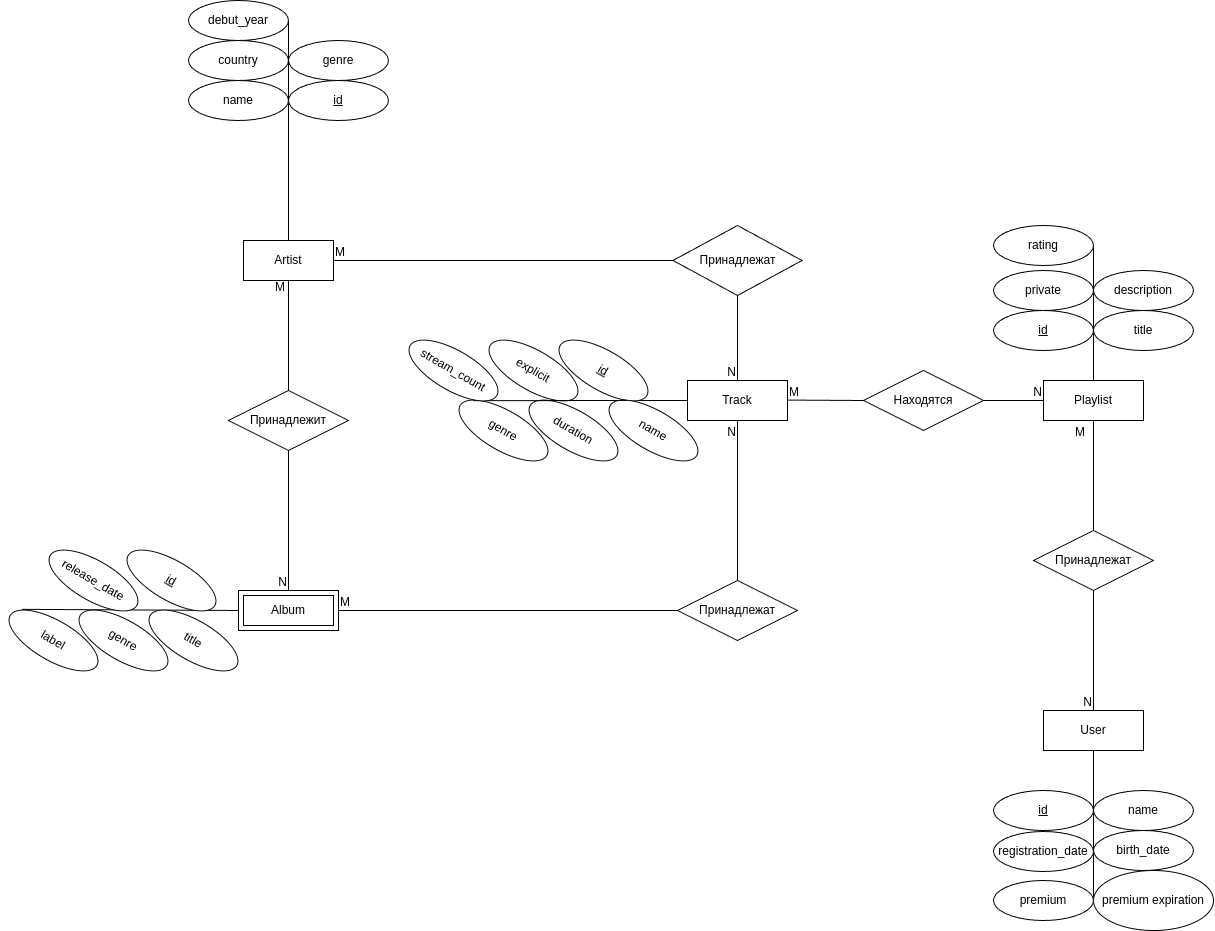
The draw.io diagram 01_init/diagram/er-diagram.drawio.png in hahaclassic/bmstu-db, before a commit. Source tidied: cells renumbered, new cells last; positions are measured from the earlier drawing's top-left corner, leaving out a move shared by most shapes. Source of this version:
```xml
<mxGraphModel>
  <root>
    <mxCell id="0" />
    <mxCell id="1" parent="0" />
    <mxCell id="2" value="Artist" style="whiteSpace=wrap;html=1;align=center;" parent="1" vertex="1">
      <mxGeometry x="240" y="240" width="90" height="40" as="geometry" />
    </mxCell>
    <mxCell id="3" value="Track" style="whiteSpace=wrap;html=1;align=center;" parent="1" vertex="1">
      <mxGeometry x="684" y="380" width="100" height="40" as="geometry" />
    </mxCell>
    <mxCell id="4" value="User" style="whiteSpace=wrap;html=1;align=center;" parent="1" vertex="1">
      <mxGeometry x="1040" y="710" width="100" height="40" as="geometry" />
    </mxCell>
    <mxCell id="5" value="Playlist" style="whiteSpace=wrap;html=1;align=center;" parent="1" vertex="1">
      <mxGeometry x="1040" y="380" width="100" height="40" as="geometry" />
    </mxCell>
    <mxCell id="6" style="endArrow=none;html=1;rounded=0;exitX=0.5;exitY=1;exitDx=0;exitDy=0;entryX=0.5;entryY=0;entryDx=0;entryDy=0;" parent="1" edge="1" source="10" target="3">
      <mxGeometry relative="1" as="geometry" />
    </mxCell>
    <mxCell id="7" value="N" style="html=1;whiteSpace=wrap;align=right;verticalAlign=bottom;" parent="6" vertex="1">
      <mxGeometry x="1" relative="1" as="geometry" />
    </mxCell>
    <mxCell id="8" style="endArrow=none;html=1;rounded=0;exitX=1;exitY=0.5;exitDx=0;exitDy=0;entryX=0;entryY=0.5;entryDx=0;entryDy=0;" parent="1" edge="1" source="2" target="10">
      <mxGeometry relative="1" as="geometry">
        <Array as="points">
          <mxPoint x="690" y="260" />
        </Array>
      </mxGeometry>
    </mxCell>
    <mxCell id="9" value="M" style="html=1;whiteSpace=wrap;align=left;verticalAlign=bottom;" parent="8" vertex="1">
      <mxGeometry x="-1" relative="1" as="geometry" />
    </mxCell>
    <mxCell id="10" value="Принадлежат" style="shape=rhombus;perimeter=rhombusPerimeter;whiteSpace=wrap;html=1;align=center;" parent="1" vertex="1">
      <mxGeometry x="669.5" y="225" width="129" height="70" as="geometry" />
    </mxCell>
    <mxCell id="11" style="endArrow=none;html=1;rounded=0;exitX=0.5;exitY=1;exitDx=0;exitDy=0;entryX=0.5;entryY=0;entryDx=0;entryDy=0;" parent="1" edge="1" source="15" target="4">
      <mxGeometry relative="1" as="geometry" />
    </mxCell>
    <mxCell id="12" value="N" style="html=1;whiteSpace=wrap;align=right;verticalAlign=bottom;" parent="11" vertex="1">
      <mxGeometry x="1" relative="1" as="geometry" />
    </mxCell>
    <mxCell id="13" style="endArrow=none;html=1;rounded=0;exitX=0.5;exitY=1;exitDx=0;exitDy=0;entryX=0.5;entryY=0;entryDx=0;entryDy=0;" parent="1" edge="1" source="5" target="15">
      <mxGeometry relative="1" as="geometry" />
    </mxCell>
    <mxCell id="14" value="M" style="html=1;whiteSpace=wrap;align=left;verticalAlign=bottom;" parent="13" vertex="1">
      <mxGeometry x="-1" relative="1" as="geometry">
        <mxPoint x="-20" y="20" as="offset" />
      </mxGeometry>
    </mxCell>
    <mxCell id="15" value="Принадлежат" style="shape=rhombus;perimeter=rhombusPerimeter;whiteSpace=wrap;html=1;align=center;" parent="1" vertex="1">
      <mxGeometry x="1030" y="530" width="120" height="60" as="geometry" />
    </mxCell>
    <mxCell id="16" style="endArrow=none;html=1;rounded=0;entryX=0;entryY=0.5;entryDx=0;entryDy=0;" parent="1" edge="1" source="20" target="5">
      <mxGeometry relative="1" as="geometry" />
    </mxCell>
    <mxCell id="17" value="N" style="html=1;whiteSpace=wrap;align=right;verticalAlign=bottom;" parent="16" vertex="1">
      <mxGeometry x="1" relative="1" as="geometry" />
    </mxCell>
    <mxCell id="18" style="endArrow=none;html=1;rounded=0;entryX=0;entryY=0.5;entryDx=0;entryDy=0;" parent="1" edge="1" target="20">
      <mxGeometry relative="1" as="geometry">
        <mxPoint x="784" y="399.6" as="sourcePoint" />
      </mxGeometry>
    </mxCell>
    <mxCell id="19" value="M" style="html=1;whiteSpace=wrap;align=left;verticalAlign=bottom;" parent="18" vertex="1">
      <mxGeometry x="-1" relative="1" as="geometry" />
    </mxCell>
    <mxCell id="20" value="Находятся" style="shape=rhombus;perimeter=rhombusPerimeter;whiteSpace=wrap;html=1;align=center;" parent="1" vertex="1">
      <mxGeometry x="860" y="370" width="120" height="60" as="geometry" />
    </mxCell>
    <mxCell id="21" style="endArrow=none;html=1;rounded=0;exitX=0.5;exitY=1;exitDx=0;exitDy=0;entryX=0.5;entryY=0;entryDx=0;entryDy=0;" parent="1" edge="1" source="25" target="66">
      <mxGeometry relative="1" as="geometry" />
    </mxCell>
    <mxCell id="22" value="N" style="html=1;whiteSpace=wrap;align=right;verticalAlign=bottom;" parent="21" vertex="1">
      <mxGeometry x="1" relative="1" as="geometry" />
    </mxCell>
    <mxCell id="23" style="endArrow=none;html=1;rounded=0;exitX=0.5;exitY=1;exitDx=0;exitDy=0;entryX=0.5;entryY=0;entryDx=0;entryDy=0;" parent="1" edge="1" source="2" target="25">
      <mxGeometry relative="1" as="geometry" />
    </mxCell>
    <mxCell id="24" value="M" style="html=1;whiteSpace=wrap;align=left;verticalAlign=bottom;" parent="23" vertex="1">
      <mxGeometry x="-1" relative="1" as="geometry">
        <mxPoint x="-15" y="15" as="offset" />
      </mxGeometry>
    </mxCell>
    <mxCell id="25" value="Принадлежит" style="shape=rhombus;perimeter=rhombusPerimeter;whiteSpace=wrap;html=1;align=center;" parent="1" vertex="1">
      <mxGeometry x="225" y="390" width="120" height="60" as="geometry" />
    </mxCell>
    <mxCell id="26" style="endArrow=none;html=1;rounded=0;exitX=0.5;exitY=0;exitDx=0;exitDy=0;entryX=0.5;entryY=1;entryDx=0;entryDy=0;" parent="1" edge="1" source="30" target="3">
      <mxGeometry relative="1" as="geometry" />
    </mxCell>
    <mxCell id="27" value="N" style="html=1;whiteSpace=wrap;align=right;verticalAlign=bottom;" parent="26" vertex="1">
      <mxGeometry x="1" relative="1" as="geometry">
        <mxPoint y="20" as="offset" />
      </mxGeometry>
    </mxCell>
    <mxCell id="28" style="endArrow=none;html=1;rounded=0;exitX=1;exitY=0.5;exitDx=0;exitDy=0;entryX=0;entryY=0.5;entryDx=0;entryDy=0;" parent="1" edge="1" source="66" target="30">
      <mxGeometry relative="1" as="geometry" />
    </mxCell>
    <mxCell id="29" value="M" style="html=1;whiteSpace=wrap;align=left;verticalAlign=bottom;" parent="28" vertex="1">
      <mxGeometry x="-1" relative="1" as="geometry" />
    </mxCell>
    <mxCell id="30" value="Принадлежат" style="shape=rhombus;perimeter=rhombusPerimeter;whiteSpace=wrap;html=1;align=center;" parent="1" vertex="1">
      <mxGeometry x="674" y="580" width="120" height="60" as="geometry" />
    </mxCell>
    <mxCell id="31" style="endArrow=none;html=1;rounded=0;exitX=0.5;exitY=0;exitDx=0;exitDy=0;entryX=0;entryY=0.5;entryDx=0;entryDy=0;" parent="1" edge="1" source="2" target="34">
      <mxGeometry relative="1" as="geometry" />
    </mxCell>
    <mxCell id="32" value="genre" style="ellipse;whiteSpace=wrap;html=1;align=center;" parent="1" vertex="1">
      <mxGeometry x="285" y="40" width="100" height="40" as="geometry" />
    </mxCell>
    <mxCell id="33" value="name" style="ellipse;whiteSpace=wrap;html=1;align=center;" parent="1" vertex="1">
      <mxGeometry x="185" y="80" width="100" height="40" as="geometry" />
    </mxCell>
    <mxCell id="34" value="id" style="ellipse;whiteSpace=wrap;html=1;align=center;fontStyle=4;" parent="1" vertex="1">
      <mxGeometry x="285" y="80" width="100" height="40" as="geometry" />
    </mxCell>
    <mxCell id="35" value="country" style="ellipse;whiteSpace=wrap;html=1;align=center;" parent="1" vertex="1">
      <mxGeometry x="185" y="40" width="100" height="40" as="geometry" />
    </mxCell>
    <mxCell id="36" style="endArrow=none;html=1;rounded=0;entryX=0;entryY=0.5;entryDx=0;entryDy=0;exitX=1;exitY=0.5;exitDx=0;exitDy=0;" parent="1" edge="1" source="35" target="34">
      <mxGeometry relative="1" as="geometry" />
    </mxCell>
    <mxCell id="37" value="debut_year" style="ellipse;whiteSpace=wrap;html=1;align=center;" parent="1" vertex="1">
      <mxGeometry x="185" width="100" height="40" as="geometry" />
    </mxCell>
    <mxCell id="38" style="endArrow=none;html=1;rounded=0;entryX=1;entryY=0.5;entryDx=0;entryDy=0;exitX=1;exitY=0.5;exitDx=0;exitDy=0;" parent="1" edge="1" source="37" target="35">
      <mxGeometry relative="1" as="geometry" />
    </mxCell>
    <mxCell id="39" style="endArrow=none;html=1;rounded=0;entryX=0;entryY=0.5;entryDx=0;entryDy=0;" parent="1" edge="1" target="3">
      <mxGeometry relative="1" as="geometry">
        <mxPoint x="580" y="400" as="sourcePoint" />
      </mxGeometry>
    </mxCell>
    <mxCell id="40" value="id" style="ellipse;whiteSpace=wrap;html=1;align=center;fontStyle=4;rotation=30;" parent="1" vertex="1">
      <mxGeometry x="550" y="350" width="100" height="40" as="geometry" />
    </mxCell>
    <mxCell id="41" value="explicit" style="ellipse;whiteSpace=wrap;html=1;align=center;fontStyle=0;rotation=30;" parent="1" vertex="1">
      <mxGeometry x="480" y="350" width="100" height="40" as="geometry" />
    </mxCell>
    <mxCell id="42" value="name" style="ellipse;whiteSpace=wrap;html=1;align=center;fontStyle=0;rotation=30;" parent="1" vertex="1">
      <mxGeometry x="600" y="410" width="100" height="40" as="geometry" />
    </mxCell>
    <mxCell id="43" value="duration" style="ellipse;whiteSpace=wrap;html=1;align=center;fontStyle=0;rotation=30;" parent="1" vertex="1">
      <mxGeometry x="520" y="410" width="100" height="40" as="geometry" />
    </mxCell>
    <mxCell id="44" value="genre" style="ellipse;whiteSpace=wrap;html=1;align=center;fontStyle=0;rotation=30;" parent="1" vertex="1">
      <mxGeometry x="450" y="410" width="100" height="40" as="geometry" />
    </mxCell>
    <mxCell id="45" style="endArrow=none;html=1;rounded=0;entryX=1;entryY=1;entryDx=0;entryDy=0;exitX=0;exitY=0;exitDx=0;exitDy=0;" parent="1" edge="1" source="43" target="40">
      <mxGeometry relative="1" as="geometry" />
    </mxCell>
    <mxCell id="46" style="endArrow=none;html=1;rounded=0;entryX=0;entryY=0;entryDx=0;entryDy=0;exitX=0.091;exitY=0.227;exitDx=0;exitDy=0;exitPerimeter=0;" parent="1" edge="1" source="44" target="43">
      <mxGeometry relative="1" as="geometry" />
    </mxCell>
    <mxCell id="47" value="stream_count" style="ellipse;whiteSpace=wrap;html=1;align=center;fontStyle=0;rotation=30;" parent="1" vertex="1">
      <mxGeometry x="400" y="350" width="100" height="40" as="geometry" />
    </mxCell>
    <mxCell id="48" style="endArrow=none;html=1;rounded=0;entryX=0;entryY=0.5;entryDx=0;entryDy=0;exitX=0.07;exitY=0.221;exitDx=0;exitDy=0;exitPerimeter=0;" parent="1" edge="1" source="53" target="66">
      <mxGeometry relative="1" as="geometry" />
    </mxCell>
    <mxCell id="49" value="title" style="ellipse;whiteSpace=wrap;html=1;align=center;fontStyle=0;rotation=30;" parent="1" vertex="1">
      <mxGeometry x="140" y="620" width="100" height="40" as="geometry" />
    </mxCell>
    <mxCell id="50" value="id" style="ellipse;whiteSpace=wrap;html=1;align=center;fontStyle=4;rotation=30;" parent="1" vertex="1">
      <mxGeometry x="118" y="560" width="100" height="40" as="geometry" />
    </mxCell>
    <mxCell id="51" value="genre" style="ellipse;whiteSpace=wrap;html=1;align=center;fontStyle=0;rotation=30;" parent="1" vertex="1">
      <mxGeometry x="70" y="620" width="100" height="40" as="geometry" />
    </mxCell>
    <mxCell id="52" value="release_date" style="ellipse;whiteSpace=wrap;html=1;align=center;fontStyle=0;rotation=30;" parent="1" vertex="1">
      <mxGeometry x="40" y="560" width="100" height="40" as="geometry" />
    </mxCell>
    <mxCell id="53" value="label" style="ellipse;whiteSpace=wrap;html=1;align=center;fontStyle=0;rotation=30;" parent="1" vertex="1">
      <mxGeometry y="620" width="100" height="40" as="geometry" />
    </mxCell>
    <mxCell id="54" style="endArrow=none;html=1;rounded=0;entryX=0.5;entryY=1;entryDx=0;entryDy=0;exitX=1;exitY=0.5;exitDx=0;exitDy=0;" parent="1" edge="1" source="58" target="4">
      <mxGeometry relative="1" as="geometry" />
    </mxCell>
    <mxCell id="55" value="premium expiration" style="ellipse;whiteSpace=wrap;html=1;align=center;" parent="1" vertex="1">
      <mxGeometry x="1090" y="870" width="120" height="60" as="geometry" />
    </mxCell>
    <mxCell id="56" value="name" style="ellipse;whiteSpace=wrap;html=1;align=center;" parent="1" vertex="1">
      <mxGeometry x="1090" y="790" width="100" height="40" as="geometry" />
    </mxCell>
    <mxCell id="57" value="id" style="ellipse;whiteSpace=wrap;html=1;align=center;fontStyle=4;" parent="1" vertex="1">
      <mxGeometry x="990" y="790" width="100" height="40" as="geometry" />
    </mxCell>
    <mxCell id="58" value="premium" style="ellipse;whiteSpace=wrap;html=1;align=center;" parent="1" vertex="1">
      <mxGeometry x="990" y="880" width="100" height="40" as="geometry" />
    </mxCell>
    <mxCell id="59" value="registration_date" style="ellipse;whiteSpace=wrap;html=1;align=center;" parent="1" vertex="1">
      <mxGeometry x="990" y="831" width="100" height="40" as="geometry" />
    </mxCell>
    <mxCell id="60" style="endArrow=none;html=1;rounded=0;entryX=0.5;entryY=0;entryDx=0;entryDy=0;exitX=1;exitY=0.5;exitDx=0;exitDy=0;" parent="1" edge="1" source="65" target="5">
      <mxGeometry relative="1" as="geometry" />
    </mxCell>
    <mxCell id="61" value="title" style="ellipse;whiteSpace=wrap;html=1;align=center;" parent="1" vertex="1">
      <mxGeometry x="1090" y="310" width="100" height="40" as="geometry" />
    </mxCell>
    <mxCell id="62" value="id" style="ellipse;whiteSpace=wrap;html=1;align=center;fontStyle=4;" parent="1" vertex="1">
      <mxGeometry x="990" y="310" width="100" height="40" as="geometry" />
    </mxCell>
    <mxCell id="63" value="description" style="ellipse;whiteSpace=wrap;html=1;align=center;" parent="1" vertex="1">
      <mxGeometry x="1090" y="270" width="100" height="40" as="geometry" />
    </mxCell>
    <mxCell id="64" value="&lt;div&gt;&lt;span style=&quot;background-color: initial;&quot;&gt;private&lt;/span&gt;&lt;br&gt;&lt;/div&gt;" style="ellipse;whiteSpace=wrap;html=1;align=center;" parent="1" vertex="1">
      <mxGeometry x="990" y="270" width="100" height="40" as="geometry" />
    </mxCell>
    <mxCell id="65" value="&lt;div&gt;rating&lt;/div&gt;" style="ellipse;whiteSpace=wrap;html=1;align=center;" parent="1" vertex="1">
      <mxGeometry x="990" y="225" width="100" height="40" as="geometry" />
    </mxCell>
    <mxCell id="66" value="Album" style="shape=ext;margin=3;double=1;whiteSpace=wrap;html=1;align=center;" parent="1" vertex="1">
      <mxGeometry x="235" y="590" width="100" height="40" as="geometry" />
    </mxCell>
    <mxCell id="67" value="birth_date" style="ellipse;whiteSpace=wrap;html=1;align=center;" parent="1" vertex="1">
      <mxGeometry x="1090" y="830" width="100" height="40" as="geometry" />
    </mxCell>
  </root>
</mxGraphModel>
```
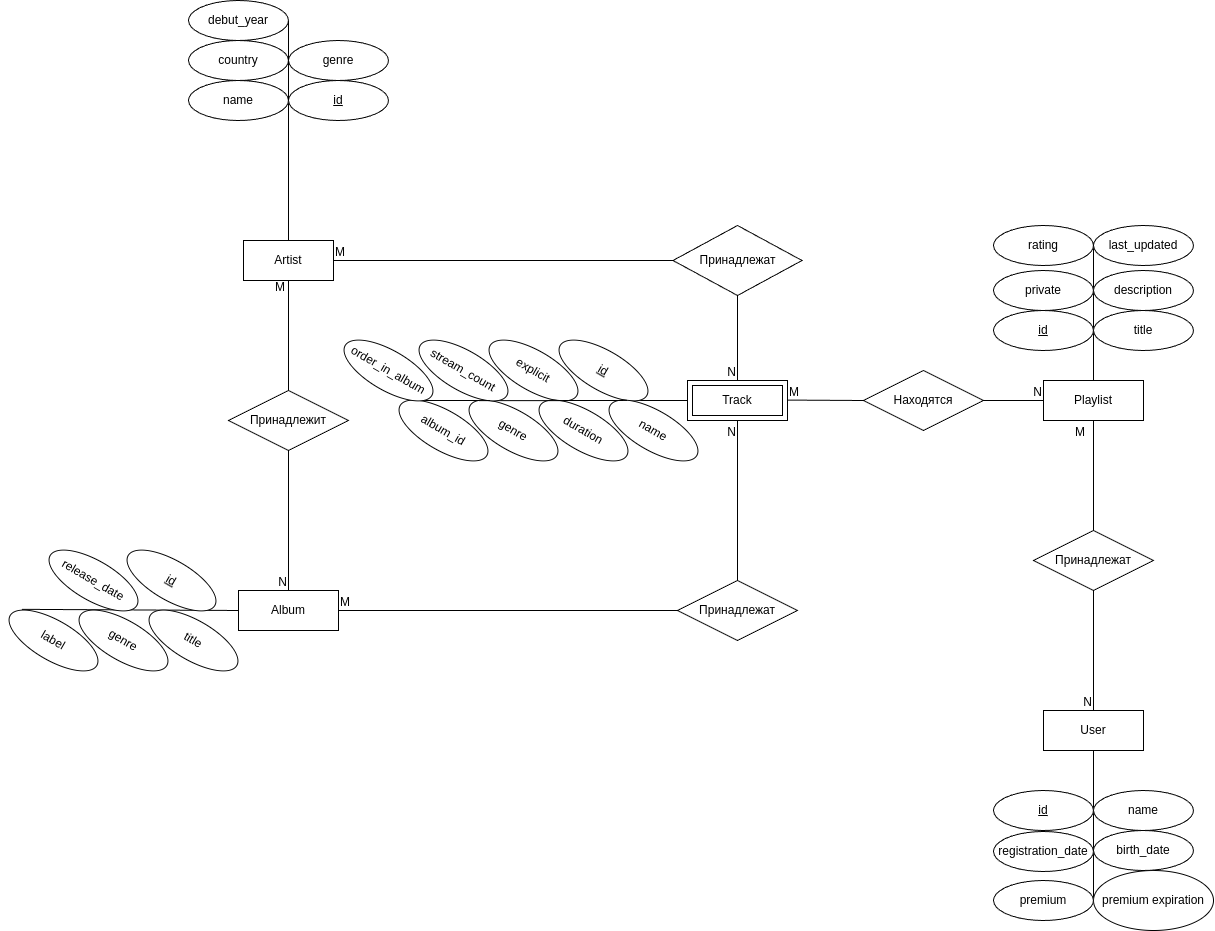
Later version of the same file.

Change to the diagram source:
```diff
@@ -5,7 +5,7 @@
     <mxCell id="2" value="Artist" style="whiteSpace=wrap;html=1;align=center;" parent="1" vertex="1">
       <mxGeometry x="240" y="240" width="90" height="40" as="geometry" />
     </mxCell>
-    <mxCell id="3" value="Track" style="whiteSpace=wrap;html=1;align=center;" parent="1" vertex="1">
+    <mxCell id="3" value="Track" style="shape=ext;margin=3;double=1;whiteSpace=wrap;html=1;align=center;" parent="1" vertex="1">
       <mxGeometry x="684" y="380" width="100" height="40" as="geometry" />
     </mxCell>
     <mxCell id="4" value="User" style="whiteSpace=wrap;html=1;align=center;" parent="1" vertex="1">
@@ -140,10 +140,10 @@
       <mxGeometry x="600" y="410" width="100" height="40" as="geometry" />
     </mxCell>
     <mxCell id="43" value="duration" style="ellipse;whiteSpace=wrap;html=1;align=center;fontStyle=0;rotation=30;" parent="1" vertex="1">
-      <mxGeometry x="520" y="410" width="100" height="40" as="geometry" />
+      <mxGeometry x="530" y="410" width="100" height="40" as="geometry" />
     </mxCell>
     <mxCell id="44" value="genre" style="ellipse;whiteSpace=wrap;html=1;align=center;fontStyle=0;rotation=30;" parent="1" vertex="1">
-      <mxGeometry x="450" y="410" width="100" height="40" as="geometry" />
+      <mxGeometry x="460" y="410" width="100" height="40" as="geometry" />
     </mxCell>
     <mxCell id="45" style="endArrow=none;html=1;rounded=0;entryX=1;entryY=1;entryDx=0;entryDy=0;exitX=0;exitY=0;exitDx=0;exitDy=0;" parent="1" edge="1" source="43" target="40">
       <mxGeometry relative="1" as="geometry" />
@@ -152,7 +152,7 @@
       <mxGeometry relative="1" as="geometry" />
     </mxCell>
     <mxCell id="47" value="stream_count" style="ellipse;whiteSpace=wrap;html=1;align=center;fontStyle=0;rotation=30;" parent="1" vertex="1">
-      <mxGeometry x="400" y="350" width="100" height="40" as="geometry" />
+      <mxGeometry x="410" y="350" width="100" height="40" as="geometry" />
     </mxCell>
     <mxCell id="48" style="endArrow=none;html=1;rounded=0;entryX=0;entryY=0.5;entryDx=0;entryDy=0;exitX=0.07;exitY=0.221;exitDx=0;exitDy=0;exitPerimeter=0;" parent="1" edge="1" source="53" target="66">
       <mxGeometry relative="1" as="geometry" />
@@ -205,14 +205,26 @@
     <mxCell id="64" value="&lt;div&gt;&lt;span style=&quot;background-color: initial;&quot;&gt;private&lt;/span&gt;&lt;br&gt;&lt;/div&gt;" style="ellipse;whiteSpace=wrap;html=1;align=center;" parent="1" vertex="1">
       <mxGeometry x="990" y="270" width="100" height="40" as="geometry" />
     </mxCell>
-    <mxCell id="65" value="&lt;div&gt;rating&lt;/div&gt;" style="ellipse;whiteSpace=wrap;html=1;align=center;" parent="1" vertex="1">
+    <mxCell id="65" value="&lt;div&gt;&lt;span style=&quot;background-color: initial;&quot;&gt;rating&lt;/span&gt;&lt;br&gt;&lt;/div&gt;" style="ellipse;whiteSpace=wrap;html=1;align=center;" parent="1" vertex="1">
       <mxGeometry x="990" y="225" width="100" height="40" as="geometry" />
     </mxCell>
-    <mxCell id="66" value="Album" style="shape=ext;margin=3;double=1;whiteSpace=wrap;html=1;align=center;" parent="1" vertex="1">
+    <mxCell id="66" value="Album" style="shape=ext;margin=3;double=0;whiteSpace=wrap;html=1;align=center;" parent="1" vertex="1">
       <mxGeometry x="235" y="590" width="100" height="40" as="geometry" />
     </mxCell>
     <mxCell id="67" value="birth_date" style="ellipse;whiteSpace=wrap;html=1;align=center;" parent="1" vertex="1">
       <mxGeometry x="1090" y="830" width="100" height="40" as="geometry" />
     </mxCell>
+    <mxCell id="68" style="endArrow=none;html=1;rounded=0;entryX=0;entryY=0;entryDx=0;entryDy=0;exitX=0.056;exitY=0.275;exitDx=0;exitDy=0;exitPerimeter=0;" parent="1" edge="1" source="69" target="44">
+      <mxGeometry relative="1" as="geometry" />
+    </mxCell>
+    <mxCell id="69" value="album_id" style="ellipse;whiteSpace=wrap;html=1;align=center;fontStyle=0;rotation=30;" parent="1" vertex="1">
+      <mxGeometry x="390" y="410" width="100" height="40" as="geometry" />
+    </mxCell>
+    <mxCell id="70" value="order_in_album" style="ellipse;whiteSpace=wrap;html=1;align=center;fontStyle=0;rotation=30;" parent="1" vertex="1">
+      <mxGeometry x="335" y="350" width="100" height="40" as="geometry" />
+    </mxCell>
+    <mxCell id="71" value="last_updated" style="ellipse;whiteSpace=wrap;html=1;align=center;" parent="1" vertex="1">
+      <mxGeometry x="1090" y="225" width="100" height="40" as="geometry" />
+    </mxCell>
   </root>
 </mxGraphModel>
```
